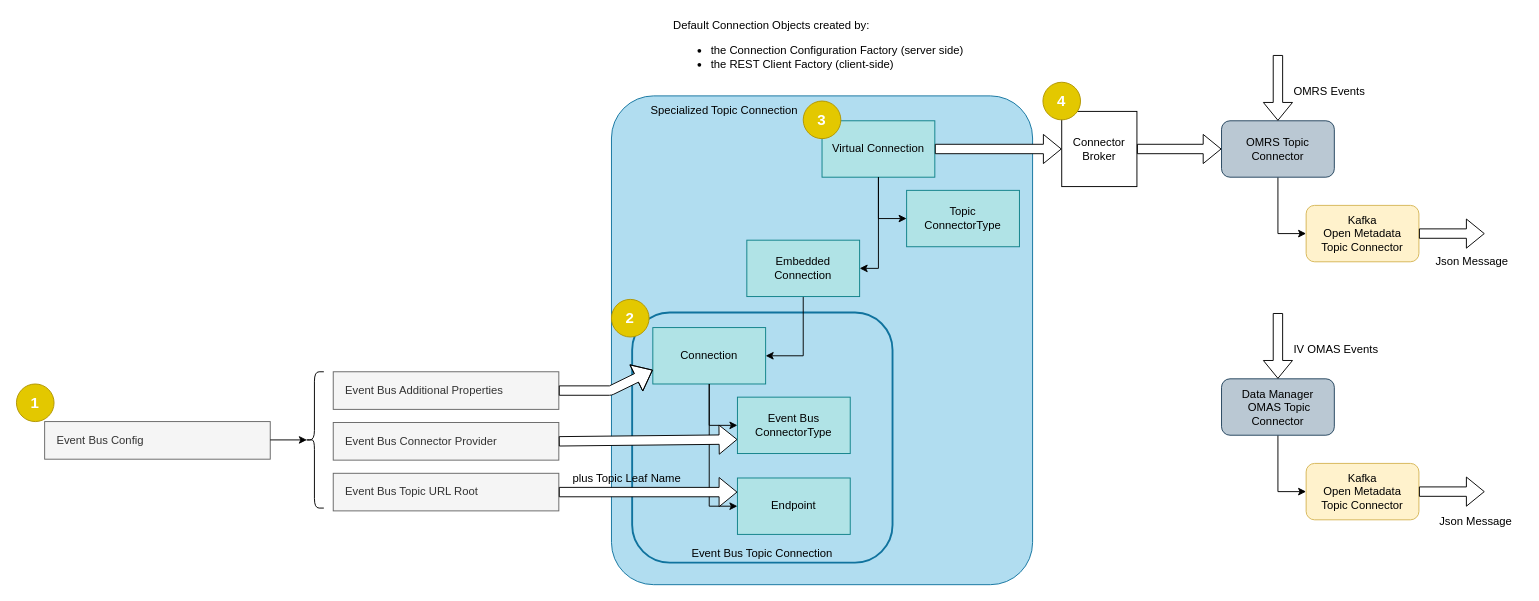
Before: page "embedded-event-bus-config" (27 of 28) of open-metadata-implementation/admin-services/docs/egeria-operations.drawio in odpi/egeria, a draw.io diagram. Source tidied: cells renumbered, new cells numbered last; positions are measured from the earlier drawing's top-left corner, leaving out a move shared by most shapes. Both pictures are drawn from the tidied source at 94%, with x=0, y=0 at pixel (16, 16).
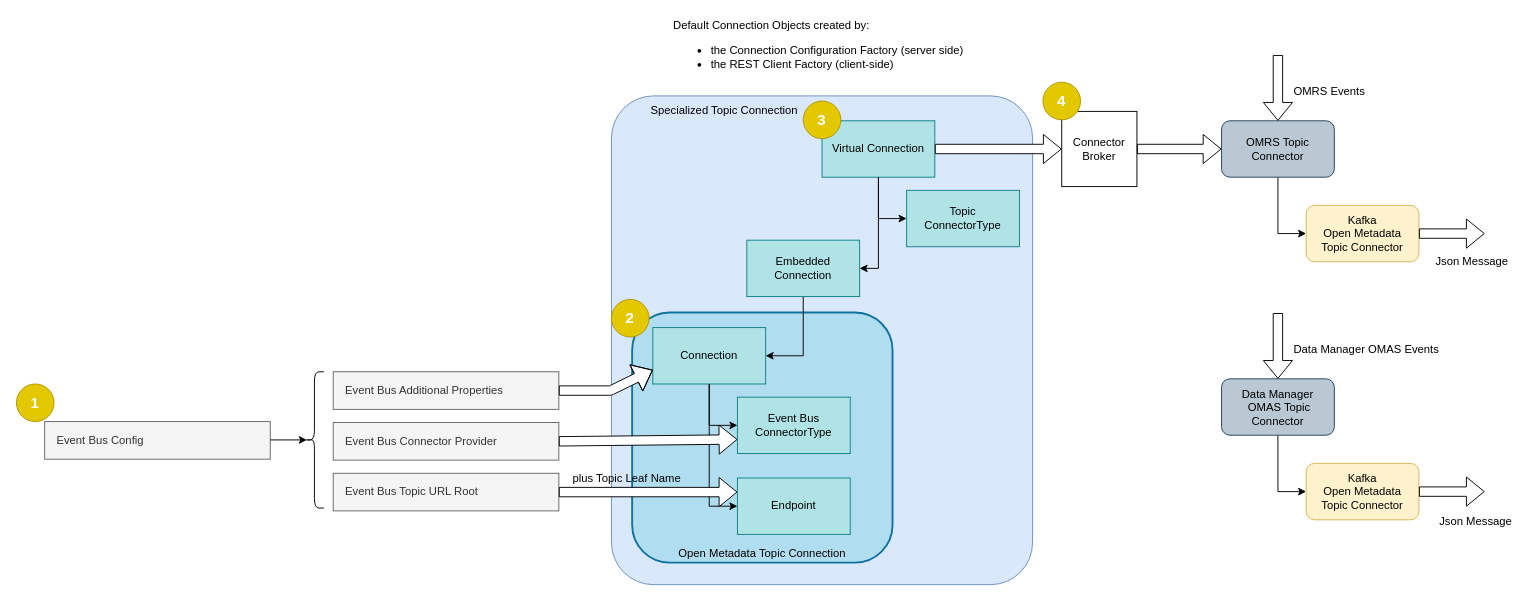
The same diagram, later.

What changed in the source:
```diff
@@
-    <mxCell id="2" value="Specialized Topic Connection" style="rounded=1;whiteSpace=wrap;html=1;fillColor=#b1ddf0;fontSize=12;align=left;strokeColor=#10739e;verticalAlign=top;spacing=0;spacingTop=3;spacingLeft=42;arcSize=10;" parent="1" vertex="1">
+    <mxCell id="2" value="Specialized Topic Connection" style="rounded=1;whiteSpace=wrap;html=1;fillColor=#dae8fc;fontSize=12;align=left;strokeColor=#6c8ebf;verticalAlign=top;spacing=0;spacingTop=3;spacingLeft=42;arcSize=10;" parent="1" vertex="1">
       <mxGeometry x="633" y="84.5" width="448" height="520" as="geometry" />
     </mxCell>
-    <mxCell id="3" value="Event Bus Topic Connection" style="rounded=1;whiteSpace=wrap;html=1;fillColor=#b1ddf0;fontSize=12;align=center;strokeColor=#10739e;verticalAlign=bottom;strokeWidth=2;" parent="1" vertex="1">
+    <mxCell id="3" value="Open Metadata Topic Connection" style="rounded=1;whiteSpace=wrap;html=1;fillColor=#b1ddf0;fontSize=12;align=center;strokeColor=#10739e;verticalAlign=bottom;strokeWidth=2;" parent="1" vertex="1">
       <mxGeometry x="655" y="315" width="277" height="266" as="geometry" />
     </mxCell>
@@
-    <mxCell id="38" value="IV OMAS Events" style="text;html=1;align=left;verticalAlign=top;spacingTop=-4;fontSize=12;" parent="1" vertex="1">
-      <mxGeometry x="1357" y="344.5" width="110" height="20" as="geometry" />
+    <mxCell id="38" value="Data Manager OMAS Events" style="text;html=1;align=left;verticalAlign=top;spacingTop=-4;fontSize=12;" parent="1" vertex="1">
+      <mxGeometry x="1357" y="344.5" width="170" height="20" as="geometry" />
     </mxCell>
```
